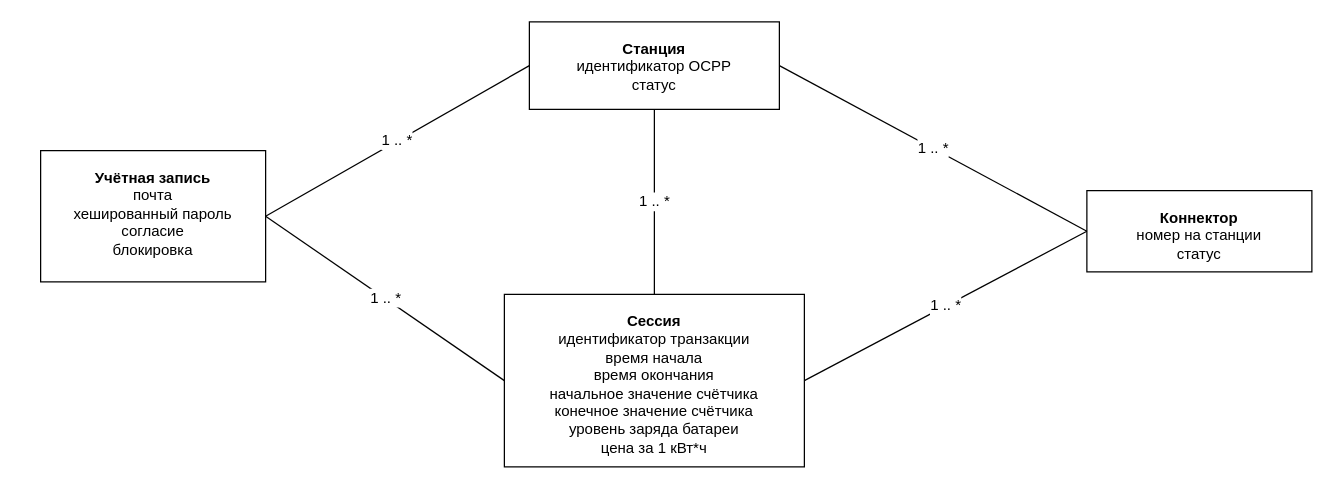
PetrachkovArtem/diplom keeps this draw.io diagram as Диаграммы/Модель данных (2.7).drawio. Above is the earlier version. Source tidied: cells renumbered, new cells numbered last; positions are measured from the earlier drawing's top-left corner, leaving out a move shared by most shapes. Both pictures are drawn from the tidied source at 125%, with x=0, y=0 at pixel (40, 21).
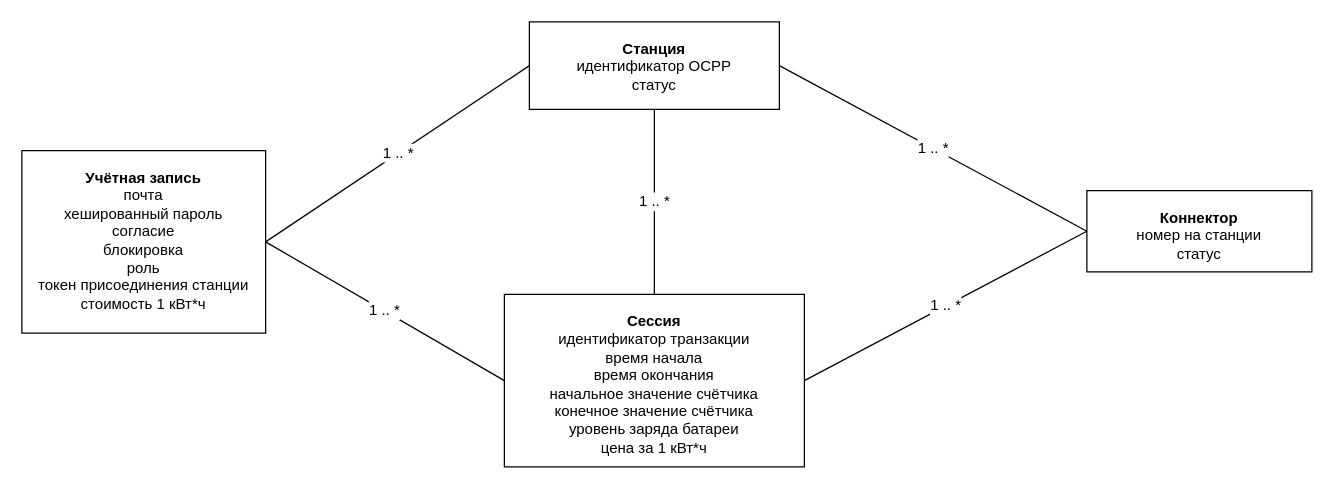
Above is the later version.

The edit, as a diff of the source:
```diff
@@
 <mxGraphModel>
   <root>
     <mxCell id="0" />
     <mxCell id="1" parent="0" />
-    <mxCell id="2" value="&lt;b&gt;Учётная запись&lt;/b&gt;&lt;br&gt;почта&lt;br&gt;хешированный пароль&lt;br&gt;согласие&lt;br&gt;блокировка" style="rounded=0;whiteSpace=wrap;html=1;align=center;verticalAlign=top;spacingTop=8;" parent="1" vertex="1">
-      <mxGeometry y="103" width="180" height="105" as="geometry" />
+    <mxCell id="2" value="&lt;b&gt;Учётная запись&lt;/b&gt;&lt;br&gt;почта&lt;br&gt;хешированный пароль&lt;br&gt;согласие&lt;br&gt;блокировка&lt;br&gt;роль&lt;div&gt;токен присоединения станции&lt;/div&gt;&lt;div&gt;стоимость 1 кВт*ч&lt;/div&gt;" style="rounded=0;whiteSpace=wrap;html=1;align=center;verticalAlign=top;spacingTop=8;" parent="1" vertex="1">
+      <mxGeometry x="-15" y="103" width="195" height="146" as="geometry" />
     </mxCell>
     <mxCell id="3" value="&lt;b&gt;Станция&lt;/b&gt;&lt;br&gt;идентификатор OCPP&lt;br&gt;статус" style="rounded=0;whiteSpace=wrap;html=1;align=center;verticalAlign=top;spacingTop=8;" parent="1" vertex="1">
       <mxGeometry x="391" width="200" height="70" as="geometry" />
     </mxCell>
     <mxCell id="4" value="&lt;b&gt;Коннектор&lt;/b&gt;&lt;br&gt;номер на станции&lt;br&gt;статус" style="rounded=0;whiteSpace=wrap;html=1;align=center;verticalAlign=top;spacingTop=8;" parent="1" vertex="1">
       <mxGeometry x="837" y="135" width="180" height="65" as="geometry" />
     </mxCell>
     <mxCell id="5" value="&lt;div&gt;&lt;b&gt;Сессия&lt;/b&gt;&lt;br&gt;идентификатор транзакции&lt;/div&gt;&lt;div&gt;время начала&lt;/div&gt;&lt;div&gt;время окончания&lt;/div&gt;&lt;div&gt;начальное значение счётчика&lt;/div&gt;&lt;div&gt;конечное значение счётчика&lt;/div&gt;&lt;div&gt;уровень заряда батареи&lt;/div&gt;&lt;div&gt;цена за 1 кВт*ч&lt;/div&gt;" style="rounded=0;whiteSpace=wrap;html=1;align=center;verticalAlign=top;spacingTop=8;" parent="1" vertex="1">
       <mxGeometry x="371" y="218" width="240" height="138" as="geometry" />
     </mxCell>
     <mxCell id="6" value="1 .. *" style="endArrow=none;html=1;fontSize=12;exitX=1;exitY=0.5;exitDx=0;exitDy=0;entryX=0;entryY=0.5;entryDx=0;entryDy=0;" parent="1" edge="1" source="2" target="3">
       <mxGeometry relative="1" as="geometry" />
     </mxCell>
     <mxCell id="7" value="1 .. *" style="endArrow=none;html=1;fontSize=12;entryX=0;entryY=0.5;entryDx=0;entryDy=0;exitX=1;exitY=0.5;exitDx=0;exitDy=0;" parent="1" edge="1" source="3" target="4">
       <mxGeometry relative="1" as="geometry" />
     </mxCell>
     <mxCell id="8" value="1 .. *" style="endArrow=none;html=1;fontSize=12;exitX=1;exitY=0.5;exitDx=0;exitDy=0;entryX=0;entryY=0.5;entryDx=0;entryDy=0;" parent="1" edge="1" source="2" target="5">
       <mxGeometry relative="1" as="geometry" />
     </mxCell>
     <mxCell id="9" value="1 .. *" style="endArrow=none;html=1;fontSize=12;" parent="1" edge="1" source="3" target="5">
       <mxGeometry relative="1" as="geometry" />
     </mxCell>
     <mxCell id="10" value="1 .. *" style="endArrow=none;html=1;fontSize=12;exitX=0;exitY=0.5;exitDx=0;exitDy=0;entryX=1;entryY=0.5;entryDx=0;entryDy=0;" parent="1" edge="1" source="4" target="5">
       <mxGeometry relative="1" as="geometry" />
     </mxCell>
   </root>
 </mxGraphModel>
```
